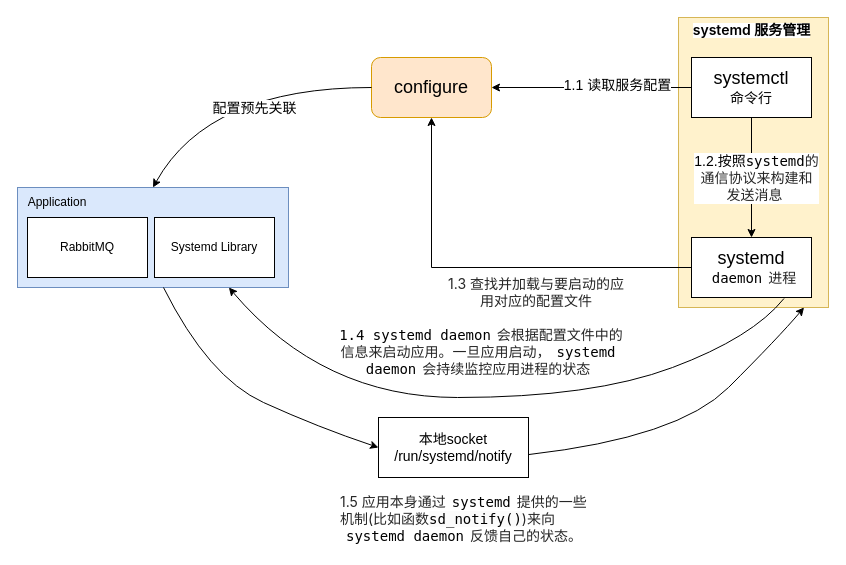
Before: systemd.drawio in hzsunzixiang/draw.io, a draw.io diagram. Source tidied: cells renumbered, new cells numbered last; positions are measured from the earlier drawing's top-left corner, leaving out a move shared by most shapes. Both pictures are drawn from the tidied source at 100%, with x=0, y=0 at pixel (17, 17).
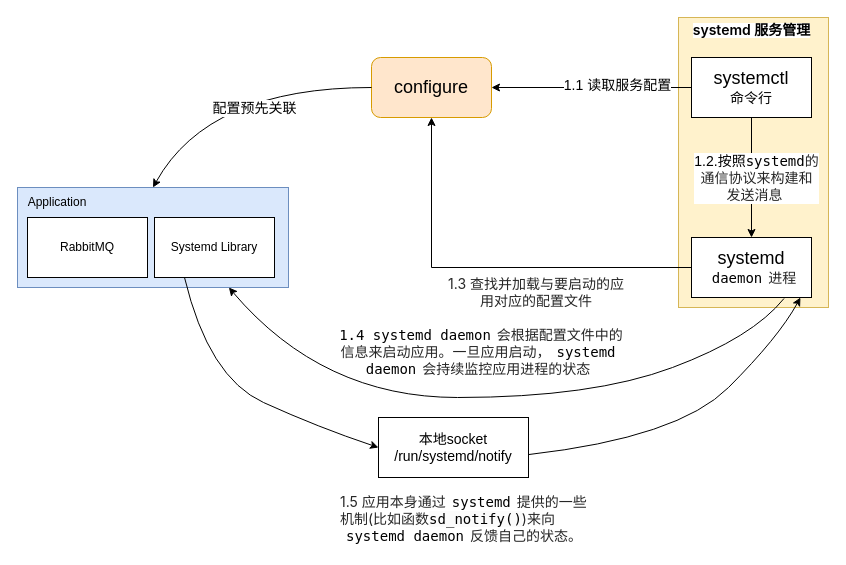
The same page after the edit.

Unchanged cells that the change refers to:
```xml
<mxCell id="2" style="rounded=0;whiteSpace=wrap;html=1;fillColor=#fff2cc;strokeColor=#d6b656;" parent="1" vertex="1">
  <mxGeometry x="661" width="150" height="290" as="geometry" />
</mxCell>
<mxCell id="4" value="&lt;font style=&quot;font-size: 18px;&quot;&gt;systemd&lt;/font&gt;&lt;div&gt;&lt;font style=&quot;font-size: 14px;&quot;&gt;&lt;code style=&quot;-webkit-font-smoothing: antialiased; box-sizing: border-box; -webkit-tap-highlight-color: rgba(0, 0, 0, 0); background: var(--color-inline-code-background); border-radius: 4px; color: initial; margin: 0px 2px; font-family: Menlo, Monaco, Consolas, &amp;quot;Courier New&amp;quot;, monospace; padding: 2px 4px; overflow-anchor: auto; text-align: left;&quot;&gt;daemon&lt;/code&gt;&lt;span style=&quot;color: rgba(0, 0, 0, 0.85); font-family: Inter, -apple-system, &amp;quot;system-ui&amp;quot;, &amp;quot;Segoe UI&amp;quot;, &amp;quot;SF Pro SC&amp;quot;, &amp;quot;SF Pro Display&amp;quot;, &amp;quot;SF Pro Icons&amp;quot;, &amp;quot;PingFang SC&amp;quot;, &amp;quot;Hiragino Sans GB&amp;quot;, &amp;quot;Microsoft YaHei&amp;quot;, &amp;quot;Helvetica Neue&amp;quot;, Helvetica, Arial, sans-serif; text-align: left; background-color: rgb(255, 255, 255);&quot;&gt;进程&lt;/span&gt;&lt;/font&gt;&lt;/div&gt;" style="rounded=0;whiteSpace=wrap;html=1;" parent="1" vertex="1">
  <mxGeometry x="674" y="220" width="120" height="60" as="geometry" />
</mxCell>
<mxCell id="19" value="Systemd Library" style="rounded=0;whiteSpace=wrap;html=1;" parent="1" vertex="1">
  <mxGeometry x="137" y="200" width="120" height="60" as="geometry" />
</mxCell>
<mxCell id="22" value="本地socket&lt;div&gt;/run/systemd/notify&lt;/div&gt;" style="rounded=0;whiteSpace=wrap;html=1;fontSize=14;" parent="1" vertex="1">
  <mxGeometry x="361" y="400" width="150" height="60" as="geometry" />
</mxCell>
```

Change to the diagram source:
```diff
@@
-    <mxCell id="23" style="curved=1;endArrow=classic;html=1;rounded=0;entryX=0;entryY=0.5;entryDx=0;entryDy=0;" parent="1" edge="1" target="22">
+    <mxCell id="23" style="curved=1;endArrow=classic;html=1;rounded=0;entryX=0;entryY=0.5;entryDx=0;entryDy=0;exitX=0.25;exitY=1;exitDx=0;exitDy=0;" parent="1" edge="1" source="19" target="22">
       <mxGeometry relative="1" as="geometry">
-        <mxPoint x="146" y="270" as="sourcePoint" />
         <Array as="points">
           <mxPoint x="191" y="360" />
           <mxPoint x="301" y="410" />
         </Array>
       </mxGeometry>
     </mxCell>
-    <mxCell id="24" style="curved=1;endArrow=classic;html=1;rounded=0;exitX=1.003;exitY=0.617;exitDx=0;exitDy=0;exitPerimeter=0;entryX=0.837;entryY=1;entryDx=0;entryDy=0;entryPerimeter=0;" parent="1" edge="1" source="22" target="2">
+    <mxCell id="24" style="curved=1;endArrow=classic;html=1;rounded=0;exitX=1.003;exitY=0.617;exitDx=0;exitDy=0;exitPerimeter=0;entryX=0.908;entryY=1;entryDx=0;entryDy=0;entryPerimeter=0;" parent="1" edge="1" source="22" target="4">
       <mxGeometry relative="1" as="geometry">
         <Array as="points">
           <mxPoint x="661" y="420" />
           <mxPoint x="761" y="320" />
         </Array>
       </mxGeometry>
     </mxCell>
```
